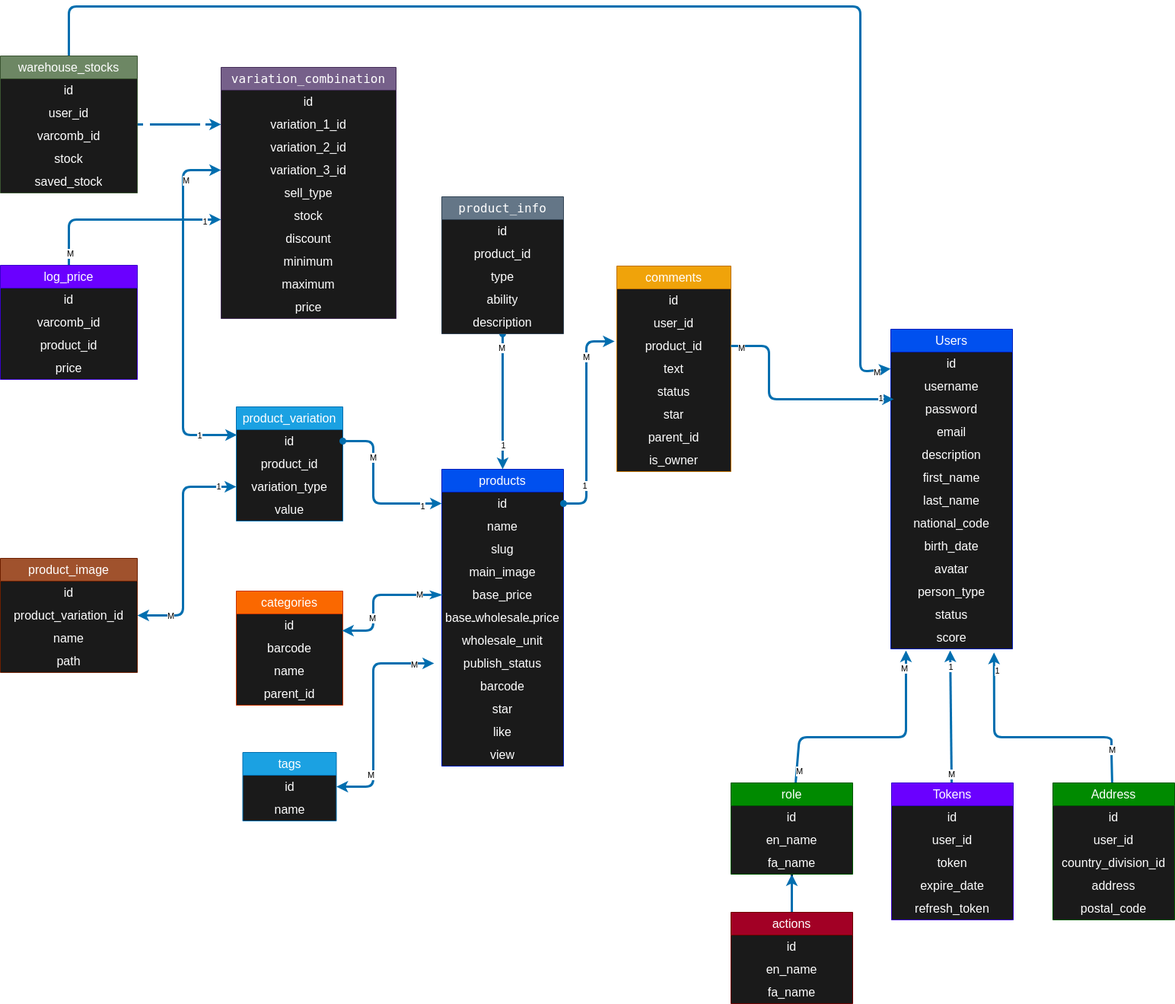
Earlier version of the draw.io export tantak.drawio.png (jafari8001/tantak). Source tidied: cells renumbered, new cells last; positions are measured from the earlier drawing's top-left corner, leaving out a move shared by most shapes.
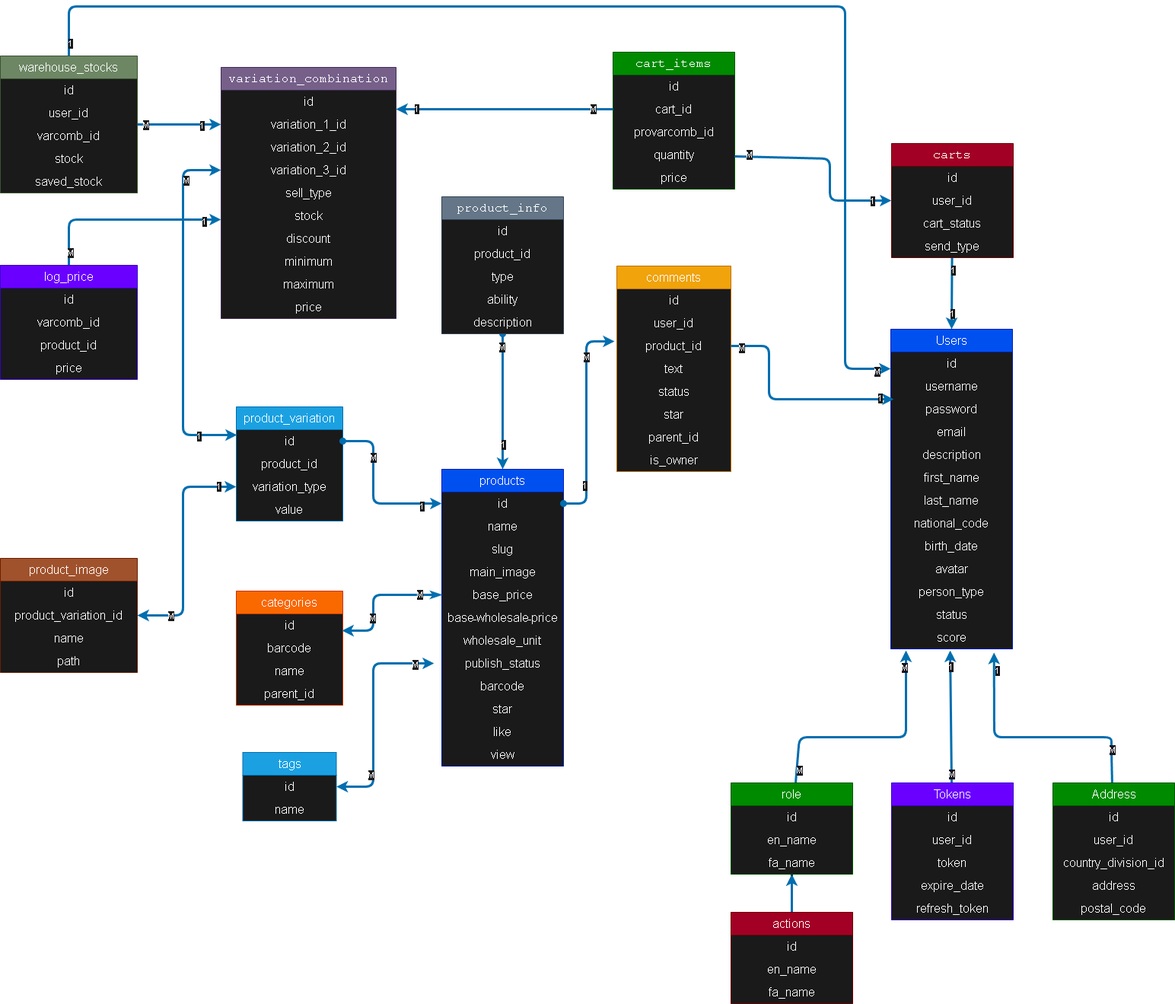
After the change.

Diff of the diagram source:
```diff
@@ -46,6 +46,6 @@
     </mxCell>
-    <mxCell id="16" value="M" style="edgeLabel;html=1;align=center;verticalAlign=middle;" parent="15" vertex="1">
+    <mxCell id="16" value="M" style="edgeLabel;html=1;align=center;verticalAlign=middle;fontColor=#FFFFFF;labelBackgroundColor=#1A1A1A;" parent="15" vertex="1">
       <mxGeometry x="-0.8" y="-2" relative="1" as="geometry" />
     </mxCell>
-    <mxCell id="17" value="1" style="edgeLabel;html=1;align=center;verticalAlign=middle;" parent="15" vertex="1">
+    <mxCell id="17" value="1" style="edgeLabel;html=1;align=center;verticalAlign=middle;fontColor=#FFFFFF;labelBackgroundColor=#1A1A1A;" parent="15" vertex="1">
       <mxGeometry x="0.64" relative="1" as="geometry" />
@@ -79,6 +79,6 @@
     </mxCell>
-    <mxCell id="25" value="M" style="edgeLabel;html=1;align=center;verticalAlign=middle;" parent="24" vertex="1">
+    <mxCell id="25" value="M" style="edgeLabel;html=1;align=center;verticalAlign=middle;fontColor=#FFFFFF;labelBackgroundColor=#1A1A1A;" parent="24" vertex="1">
       <mxGeometry x="0.82" y="-1" relative="1" as="geometry" />
     </mxCell>
-    <mxCell id="26" value="M" style="edgeLabel;html=1;align=center;verticalAlign=middle;" parent="24" vertex="1">
+    <mxCell id="26" value="M" style="edgeLabel;html=1;align=center;verticalAlign=middle;fontColor=#FFFFFF;labelBackgroundColor=#1A1A1A;" parent="24" vertex="1">
       <mxGeometry x="-0.55" y="4" relative="1" as="geometry">
@@ -120,6 +120,6 @@
     </mxCell>
-    <mxCell id="36" value="M" style="edgeLabel;html=1;align=center;verticalAlign=middle;" parent="35" vertex="1">
+    <mxCell id="36" value="M" style="edgeLabel;html=1;align=center;verticalAlign=middle;fontColor=#FFFFFF;labelBackgroundColor=#1A1A1A;" parent="35" vertex="1">
       <mxGeometry x="-0.67" y="-1" relative="1" as="geometry" />
     </mxCell>
-    <mxCell id="37" value="M" style="edgeLabel;html=1;align=center;verticalAlign=middle;" parent="35" vertex="1">
+    <mxCell id="37" value="M" style="edgeLabel;html=1;align=center;verticalAlign=middle;fontColor=#FFFFFF;labelBackgroundColor=#1A1A1A;" parent="35" vertex="1">
       <mxGeometry x="0.35" y="-2" relative="1" as="geometry" />
@@ -149,6 +149,6 @@
     </mxCell>
-    <mxCell id="44" value="1" style="edgeLabel;html=1;align=center;verticalAlign=middle;" parent="43" vertex="1">
+    <mxCell id="44" value="1" style="edgeLabel;html=1;align=center;verticalAlign=middle;fontColor=#FFFFFF;labelBackgroundColor=#1A1A1A;" parent="43" vertex="1">
       <mxGeometry x="0.75" y="-3" relative="1" as="geometry" />
     </mxCell>
-    <mxCell id="45" value="M" style="edgeLabel;html=1;align=center;verticalAlign=middle;" parent="43" vertex="1">
+    <mxCell id="45" value="M" style="edgeLabel;html=1;align=center;verticalAlign=middle;fontColor=#FFFFFF;labelBackgroundColor=#1A1A1A;" parent="43" vertex="1">
       <mxGeometry x="-0.42" y="-1" relative="1" as="geometry" />
@@ -196,6 +196,6 @@
     </mxCell>
-    <mxCell id="58" value="M" style="edgeLabel;html=1;align=center;verticalAlign=middle;" parent="57" vertex="1">
+    <mxCell id="58" value="M" style="edgeLabel;html=1;align=center;verticalAlign=middle;fontColor=#FFFFFF;labelBackgroundColor=#1A1A1A;" parent="57" vertex="1">
       <mxGeometry x="-0.73" y="3" relative="1" as="geometry" />
     </mxCell>
-    <mxCell id="59" value="1" style="edgeLabel;html=1;align=center;verticalAlign=middle;" parent="57" vertex="1">
+    <mxCell id="59" value="1" style="edgeLabel;html=1;align=center;verticalAlign=middle;fontColor=#FFFFFF;labelBackgroundColor=#1A1A1A;" parent="57" vertex="1">
       <mxGeometry x="0.79" y="-1" relative="1" as="geometry" />
@@ -205,9 +205,9 @@
     </mxCell>
-    <mxCell id="61" value="M" style="edgeLabel;html=1;align=center;verticalAlign=middle;fontColor=#FFFFFF;" parent="60" vertex="1">
+    <mxCell id="61" value="M" style="edgeLabel;html=1;align=center;verticalAlign=middle;fontColor=#FFFFFF;labelBackgroundColor=#1A1A1A;" parent="60" vertex="1">
       <mxGeometry x="-0.8" relative="1" as="geometry" />
     </mxCell>
-    <mxCell id="62" value="1" style="edgeLabel;html=1;align=center;verticalAlign=middle;fontColor=#FFFFFF;" parent="60" vertex="1">
+    <mxCell id="62" value="1" style="edgeLabel;html=1;align=center;verticalAlign=middle;fontColor=#FFFFFF;labelBackgroundColor=#1A1A1A;" parent="60" vertex="1">
       <mxGeometry x="0.55" y="-1" relative="1" as="geometry" />
     </mxCell>
-    <mxCell id="63" style="edgeStyle=none;html=1;fillColor=#1ba1e2;strokeColor=#006EAF;strokeWidth=3;entryX=0;entryY=0.733;entryDx=0;entryDy=0;entryPerimeter=0;" parent="1" edge="1" source="65" target="92">
+    <mxCell id="63" style="edgeStyle=none;html=1;fillColor=#1ba1e2;strokeColor=#006EAF;strokeWidth=3;entryX=0;entryY=0.733;entryDx=0;entryDy=0;entryPerimeter=0;fontColor=#FFFFFF;" parent="1" edge="1" source="65" target="92">
       <mxGeometry relative="1" as="geometry">
@@ -215,4 +215,4 @@
           <mxPoint x="90" />
-          <mxPoint x="1130" />
-          <mxPoint x="1130" y="480" />
+          <mxPoint x="1110" />
+          <mxPoint x="1110" y="476" />
         </Array>
@@ -220,5 +220,8 @@
     </mxCell>
-    <mxCell id="64" value="M" style="edgeLabel;html=1;align=center;verticalAlign=middle;" parent="63" vertex="1">
+    <mxCell id="64" value="M" style="edgeLabel;html=1;align=center;verticalAlign=middle;fontColor=#FFFFFF;labelBackgroundColor=#1A1A1A;" parent="63" vertex="1">
       <mxGeometry x="0.98" y="-3" relative="1" as="geometry" />
     </mxCell>
+    <mxCell id="147" value="1" style="edgeLabel;html=1;align=center;verticalAlign=middle;fontColor=#FFFFFF;labelBackgroundColor=#1A1A1A;" parent="63" vertex="1">
+      <mxGeometry x="-0.98" y="-1" relative="1" as="geometry" />
+    </mxCell>
     <mxCell id="65" value="&lt;span lang=&quot;en&quot; class=&quot;HwtZe&quot; style=&quot;font-size: 16px;&quot;&gt;warehouse_stocks&lt;/span&gt;" style="swimlane;fontStyle=0;horizontal=1;startSize=30;whiteSpace=wrap;html=1;fillColor=#6d8764;fontColor=#FFFFFF;strokeColor=#3A5431;swimlaneFillColor=#1A1A1A;fontSize=16;align=center;verticalAlign=middle;" parent="1" vertex="1">
@@ -250,6 +253,6 @@
     </mxCell>
-    <mxCell id="72" value="1" style="edgeLabel;html=1;align=center;verticalAlign=middle;" parent="71" vertex="1">
+    <mxCell id="72" value="1" style="edgeLabel;html=1;align=center;verticalAlign=middle;fontColor=#FFFFFF;labelBackgroundColor=#1A1A1A;" parent="71" vertex="1">
       <mxGeometry x="0.84" y="1" relative="1" as="geometry" />
     </mxCell>
-    <mxCell id="73" value="M" style="edgeLabel;html=1;align=center;verticalAlign=middle;" parent="71" vertex="1">
+    <mxCell id="73" value="M" style="edgeLabel;html=1;align=center;verticalAlign=middle;fontColor=#FFFFFF;labelBackgroundColor=#1A1A1A;" parent="71" vertex="1">
       <mxGeometry x="-0.71" relative="1" as="geometry" />
@@ -306,6 +309,6 @@
     </mxCell>
-    <mxCell id="89" value="M" style="edgeLabel;html=1;align=center;verticalAlign=middle;" parent="88" vertex="1">
+    <mxCell id="89" value="M" style="edgeLabel;html=1;align=center;verticalAlign=middle;fontColor=#FFFFFF;labelBackgroundColor=#1A1A1A;" parent="88" vertex="1">
       <mxGeometry x="-0.58" y="-1" relative="1" as="geometry" />
     </mxCell>
-    <mxCell id="90" value="1" style="edgeLabel;html=1;align=center;verticalAlign=middle;" parent="88" vertex="1">
+    <mxCell id="90" value="1" style="edgeLabel;html=1;align=center;verticalAlign=middle;fontColor=#FFFFFF;labelBackgroundColor=#1A1A1A;" parent="88" vertex="1">
       <mxGeometry x="0.62" y="-3" relative="1" as="geometry" />
@@ -362,9 +365,9 @@
     </mxCell>
-    <mxCell id="106" value="M" style="edgeLabel;html=1;align=center;verticalAlign=middle;" parent="105" vertex="1">
+    <mxCell id="106" value="M" style="edgeLabel;html=1;align=center;verticalAlign=middle;fontColor=#FFFFFF;labelBackgroundColor=#18141D;" parent="105" vertex="1">
       <mxGeometry x="0.85" y="3" relative="1" as="geometry" />
     </mxCell>
-    <mxCell id="107" value="M" style="edgeLabel;html=1;align=center;verticalAlign=middle;" parent="105" vertex="1">
+    <mxCell id="107" value="M" style="edgeLabel;html=1;align=center;verticalAlign=middle;fontColor=#FFFFFF;labelBackgroundColor=#18141D;" parent="105" vertex="1">
       <mxGeometry x="-0.9" y="-3" relative="1" as="geometry" />
     </mxCell>
-    <mxCell id="108" style="edgeStyle=none;html=1;strokeWidth=3;" parent="1" edge="1" source="109" target="116">
+    <mxCell id="108" style="edgeStyle=none;html=1;strokeWidth=3;fontColor=#FFFFFF;" parent="1" edge="1" source="109" target="116">
       <mxGeometry relative="1" as="geometry" />
@@ -401,6 +404,6 @@
     </mxCell>
-    <mxCell id="119" value="1" style="edgeLabel;html=1;align=center;verticalAlign=middle;" parent="118" vertex="1">
+    <mxCell id="119" value="1" style="edgeLabel;html=1;align=center;verticalAlign=middle;fontColor=#FFFFFF;labelBackgroundColor=#18141D;" parent="118" vertex="1">
       <mxGeometry x="0.75" relative="1" as="geometry" />
     </mxCell>
-    <mxCell id="120" value="M" style="edgeLabel;html=1;align=center;verticalAlign=middle;" parent="118" vertex="1">
+    <mxCell id="120" value="M" style="edgeLabel;html=1;align=center;verticalAlign=middle;fontColor=#FFFFFF;labelBackgroundColor=#18141D;" parent="118" vertex="1">
       <mxGeometry x="-0.86" relative="1" as="geometry" />
@@ -425,3 +428,3 @@
     </mxCell>
-    <mxCell id="127" style="edgeStyle=none;html=1;strokeWidth=3;fillColor=#1ba1e2;strokeColor=#006EAF;" parent="1" edge="1" source="130">
+    <mxCell id="127" style="edgeStyle=none;html=1;strokeWidth=3;fillColor=#1ba1e2;strokeColor=#006EAF;fontColor=#FFFFFF;" parent="1" edge="1" source="130">
       <mxGeometry relative="1" as="geometry">
@@ -433,9 +436,9 @@
     </mxCell>
-    <mxCell id="128" value="M" style="edgeLabel;html=1;align=center;verticalAlign=middle;" parent="127" vertex="1">
+    <mxCell id="128" value="M" style="edgeLabel;html=1;align=center;verticalAlign=middle;fontColor=#FFFFFF;labelBackgroundColor=#1A1A1A;" parent="127" vertex="1">
       <mxGeometry x="-0.88" y="-1" relative="1" as="geometry" />
     </mxCell>
-    <mxCell id="129" value="1" style="edgeLabel;html=1;align=center;verticalAlign=middle;" parent="127" vertex="1">
+    <mxCell id="129" value="1" style="edgeLabel;html=1;align=center;verticalAlign=middle;fontColor=#FFFFFF;labelBackgroundColor=#1A1A1A;" parent="127" vertex="1">
       <mxGeometry x="0.83" y="-2" relative="1" as="geometry" />
     </mxCell>
-    <mxCell id="130" value="&lt;span lang=&quot;en&quot; class=&quot;HwtZe&quot; style=&quot;font-size: 16px;&quot;&gt;log_price&lt;/span&gt;" style="swimlane;fontStyle=0;horizontal=1;startSize=30;whiteSpace=wrap;html=1;fillColor=#6a00ff;fontColor=#ffffff;strokeColor=#3700CC;swimlaneFillColor=#1A1A1A;fontSize=16;align=center;verticalAlign=middle;" parent="1" vertex="1">
+    <mxCell id="130" value="&lt;span lang=&quot;en&quot; class=&quot;HwtZe&quot; style=&quot;font-size: 16px;&quot;&gt;log_price&lt;/span&gt;" style="swimlane;fontStyle=0;horizontal=1;startSize=30;whiteSpace=wrap;html=1;fillColor=#6a00ff;fontColor=#FFFFFF;strokeColor=#3700CC;swimlaneFillColor=#1A1A1A;fontSize=16;align=center;verticalAlign=middle;" parent="1" vertex="1">
       <mxGeometry y="340" width="180" height="150" as="geometry" />
@@ -454,3 +457,3 @@
     </mxCell>
-    <mxCell id="135" style="edgeStyle=none;html=1;entryX=0.848;entryY=1.158;entryDx=0;entryDy=0;entryPerimeter=0;strokeWidth=3;fillColor=#1ba1e2;strokeColor=#006EAF;" parent="1" edge="1" source="138" target="104">
+    <mxCell id="135" style="edgeStyle=none;html=1;entryX=0.848;entryY=1.158;entryDx=0;entryDy=0;entryPerimeter=0;strokeWidth=3;fillColor=#1ba1e2;strokeColor=#006EAF;fontColor=#FFFFFF;" parent="1" edge="1" source="138" target="104">
       <mxGeometry relative="1" as="geometry">
@@ -463,6 +466,6 @@
     </mxCell>
-    <mxCell id="136" value="1" style="edgeLabel;html=1;align=center;verticalAlign=middle;" parent="135" vertex="1">
+    <mxCell id="136" value="1" style="edgeLabel;html=1;align=center;verticalAlign=middle;fontColor=#FFFFFF;labelBackgroundColor=#18141D;" parent="135" vertex="1">
       <mxGeometry x="0.85" y="-4" relative="1" as="geometry" />
     </mxCell>
-    <mxCell id="137" value="M" style="edgeLabel;html=1;align=center;verticalAlign=middle;" parent="135" vertex="1">
+    <mxCell id="137" value="M" style="edgeLabel;html=1;align=center;verticalAlign=middle;fontColor=#FFFFFF;labelBackgroundColor=#18141D;" parent="135" vertex="1">
       <mxGeometry x="-0.73" y="1" relative="1" as="geometry">
@@ -489,3 +492,3 @@
     </mxCell>
-    <mxCell id="144" style="edgeStyle=none;html=1;fillColor=#1ba1e2;strokeColor=#006EAF;strokeWidth=3;entryX=0.025;entryY=0.067;entryDx=0;entryDy=0;entryPerimeter=0;" parent="1" edge="1" source="82" target="94">
+    <mxCell id="144" style="edgeStyle=none;html=1;fillColor=#1ba1e2;strokeColor=#006EAF;strokeWidth=3;entryX=0.025;entryY=0.067;entryDx=0;entryDy=0;entryPerimeter=0;fontColor=#FFFFFF;" parent="1" edge="1" source="82" target="94">
       <mxGeometry relative="1" as="geometry">
@@ -497,8 +500,73 @@
     </mxCell>
-    <mxCell id="145" value="M" style="edgeLabel;html=1;align=center;verticalAlign=middle;" parent="144" vertex="1">
+    <mxCell id="145" value="M" style="edgeLabel;html=1;align=center;verticalAlign=middle;fontColor=#FFFFFF;labelBackgroundColor=#1A1A1A;" parent="144" vertex="1">
       <mxGeometry x="-0.91" y="-2" relative="1" as="geometry" />
     </mxCell>
-    <mxCell id="146" value="1" style="edgeLabel;html=1;align=center;verticalAlign=middle;" parent="144" vertex="1">
+    <mxCell id="146" value="1" style="edgeLabel;html=1;align=center;verticalAlign=middle;fontColor=#FFFFFF;labelBackgroundColor=#1A1A1A;" parent="144" vertex="1">
       <mxGeometry x="0.87" y="2" relative="1" as="geometry" />
     </mxCell>
+    <mxCell id="148" style="edgeStyle=none;html=1;entryX=0.5;entryY=0;entryDx=0;entryDy=0;strokeWidth=3;fillColor=#1ba1e2;strokeColor=#006EAF;fontColor=#FFFFFF;" parent="1" edge="1" source="151" target="91">
+      <mxGeometry relative="1" as="geometry" />
+    </mxCell>
+    <mxCell id="149" value="1" style="edgeLabel;html=1;align=center;verticalAlign=middle;fontColor=#FFFFFF;labelBackgroundColor=#1A1A1A;" parent="148" vertex="1">
+      <mxGeometry x="-0.66" y="1" relative="1" as="geometry" />
+    </mxCell>
+    <mxCell id="150" value="1" style="edgeLabel;html=1;align=center;verticalAlign=middle;fontColor=#FFFFFF;labelBackgroundColor=#1A1A1A;" parent="148" vertex="1">
+      <mxGeometry x="0.55" relative="1" as="geometry" />
+    </mxCell>
+    <mxCell id="151" value="&lt;font face=&quot;monospace&quot;&gt;carts&lt;/font&gt;" style="swimlane;fontStyle=0;horizontal=1;startSize=30;whiteSpace=wrap;html=1;fillColor=#a20025;fontColor=#FFFFFF;strokeColor=#6F0000;swimlaneFillColor=#1A1A1A;fontSize=16;align=center;verticalAlign=middle;" parent="1" vertex="1">
+      <mxGeometry x="1171" y="180" width="160" height="150" as="geometry" />
+    </mxCell>
+    <mxCell id="152" value="id" style="text;strokeColor=none;fillColor=none;align=center;verticalAlign=middle;spacingLeft=4;spacingRight=4;overflow=hidden;whiteSpace=wrap;html=1;fontColor=#FFFFFF;fontSize=16;horizontal=1;" parent="151" vertex="1">
+      <mxGeometry y="30" width="160" height="30" as="geometry" />
+    </mxCell>
+    <mxCell id="153" value="user_id" style="text;strokeColor=none;fillColor=none;align=center;verticalAlign=middle;spacingLeft=4;spacingRight=4;overflow=hidden;points=[[0,0.5],[1,0.5]];portConstraint=eastwest;whiteSpace=wrap;html=1;fontColor=#FFFFFF;fontSize=16;horizontal=1;" parent="151" vertex="1">
+      <mxGeometry y="60" width="160" height="30" as="geometry" />
+    </mxCell>
+    <mxCell id="154" value="cart_status" style="text;strokeColor=none;fillColor=none;align=center;verticalAlign=middle;spacingLeft=4;spacingRight=4;overflow=hidden;whiteSpace=wrap;html=1;fontColor=#FFFFFF;fontSize=16;horizontal=1;" parent="151" vertex="1">
+      <mxGeometry y="90" width="160" height="30" as="geometry" />
+    </mxCell>
+    <mxCell id="155" value="send_type" style="text;strokeColor=none;fillColor=none;align=center;verticalAlign=middle;spacingLeft=4;spacingRight=4;overflow=hidden;whiteSpace=wrap;html=1;fontColor=#FFFFFF;fontSize=16;horizontal=1;" parent="151" vertex="1">
+      <mxGeometry y="120" width="160" height="30" as="geometry" />
+    </mxCell>
+    <mxCell id="156" value="&lt;font face=&quot;monospace&quot;&gt;cart_items&lt;/font&gt;" style="swimlane;fontStyle=0;horizontal=1;startSize=30;whiteSpace=wrap;html=1;fillColor=#008a00;fontColor=#FFFFFF;strokeColor=#005700;swimlaneFillColor=#1A1A1A;fontSize=16;align=center;verticalAlign=middle;" parent="1" vertex="1">
+      <mxGeometry x="805" y="60" width="160" height="180" as="geometry" />
+    </mxCell>
+    <mxCell id="157" value="id" style="text;strokeColor=none;fillColor=none;align=center;verticalAlign=middle;spacingLeft=4;spacingRight=4;overflow=hidden;whiteSpace=wrap;html=1;fontColor=#FFFFFF;fontSize=16;horizontal=1;" parent="156" vertex="1">
+      <mxGeometry y="30" width="160" height="30" as="geometry" />
+    </mxCell>
+    <mxCell id="158" value="cart_id" style="text;strokeColor=none;fillColor=none;align=center;verticalAlign=middle;spacingLeft=4;spacingRight=4;overflow=hidden;points=[[0,0.5],[1,0.5]];portConstraint=eastwest;whiteSpace=wrap;html=1;fontColor=#FFFFFF;fontSize=16;horizontal=1;" parent="156" vertex="1">
+      <mxGeometry y="60" width="160" height="30" as="geometry" />
+    </mxCell>
+    <mxCell id="159" value="provarcomb_id" style="text;strokeColor=none;fillColor=none;align=center;verticalAlign=middle;spacingLeft=4;spacingRight=4;overflow=hidden;whiteSpace=wrap;html=1;fontColor=#FFFFFF;fontSize=16;horizontal=1;" parent="156" vertex="1">
+      <mxGeometry y="90" width="160" height="30" as="geometry" />
+    </mxCell>
+    <mxCell id="160" value="quantity" style="text;strokeColor=none;fillColor=none;align=center;verticalAlign=middle;spacingLeft=4;spacingRight=4;overflow=hidden;points=[[0,0.5],[1,0.5]];portConstraint=eastwest;whiteSpace=wrap;html=1;fontColor=#FFFFFF;fontSize=16;horizontal=1;" parent="156" vertex="1">
+      <mxGeometry y="120" width="160" height="30" as="geometry" />
+    </mxCell>
+    <mxCell id="161" value="price" style="text;strokeColor=none;fillColor=none;align=center;verticalAlign=middle;spacingLeft=4;spacingRight=4;overflow=hidden;whiteSpace=wrap;html=1;fontColor=#FFFFFF;fontSize=16;horizontal=1;" parent="156" vertex="1">
+      <mxGeometry y="150" width="160" height="30" as="geometry" />
+    </mxCell>
+    <mxCell id="162" style="edgeStyle=none;html=1;entryX=1;entryY=0.833;entryDx=0;entryDy=0;entryPerimeter=0;strokeWidth=3;fillColor=#1ba1e2;strokeColor=#006EAF;fontColor=#FFFFFF;" parent="1" edge="1" source="158" target="47">
+      <mxGeometry relative="1" as="geometry" />
+    </mxCell>
+    <mxCell id="163" value="M" style="edgeLabel;html=1;align=center;verticalAlign=middle;fontColor=#FFFFFF;labelBackgroundColor=#1A1A1A;" parent="162" vertex="1">
+      <mxGeometry x="-0.81" y="-1" relative="1" as="geometry" />
+    </mxCell>
+    <mxCell id="164" value="1" style="edgeLabel;html=1;align=center;verticalAlign=middle;fontColor=#FFFFFF;labelBackgroundColor=#1A1A1A;" parent="162" vertex="1">
+      <mxGeometry x="0.81" y="-1" relative="1" as="geometry" />
+    </mxCell>
+    <mxCell id="165" style="edgeStyle=none;html=1;entryX=0;entryY=0.5;entryDx=0;entryDy=0;strokeWidth=3;fillColor=#1ba1e2;strokeColor=#006EAF;fontColor=#FFFFFF;" parent="1" edge="1" source="160" target="153">
+      <mxGeometry relative="1" as="geometry">
+        <Array as="points">
+          <mxPoint x="1090" y="200" />
+          <mxPoint x="1090" y="255" />
+        </Array>
+      </mxGeometry>
+    </mxCell>
+    <mxCell id="166" value="1" style="edgeLabel;html=1;align=center;verticalAlign=middle;fontColor=#FFFFFF;labelBackgroundColor=#1A1A1A;" parent="165" vertex="1">
+      <mxGeometry x="0.8" relative="1" as="geometry" />
+    </mxCell>
+    <mxCell id="167" value="M" style="edgeLabel;html=1;align=center;verticalAlign=middle;fontColor=#FFFFFF;labelBackgroundColor=#1A1A1A;" parent="165" vertex="1">
+      <mxGeometry x="-0.85" y="3" relative="1" as="geometry" />
+    </mxCell>
   </root>
```
